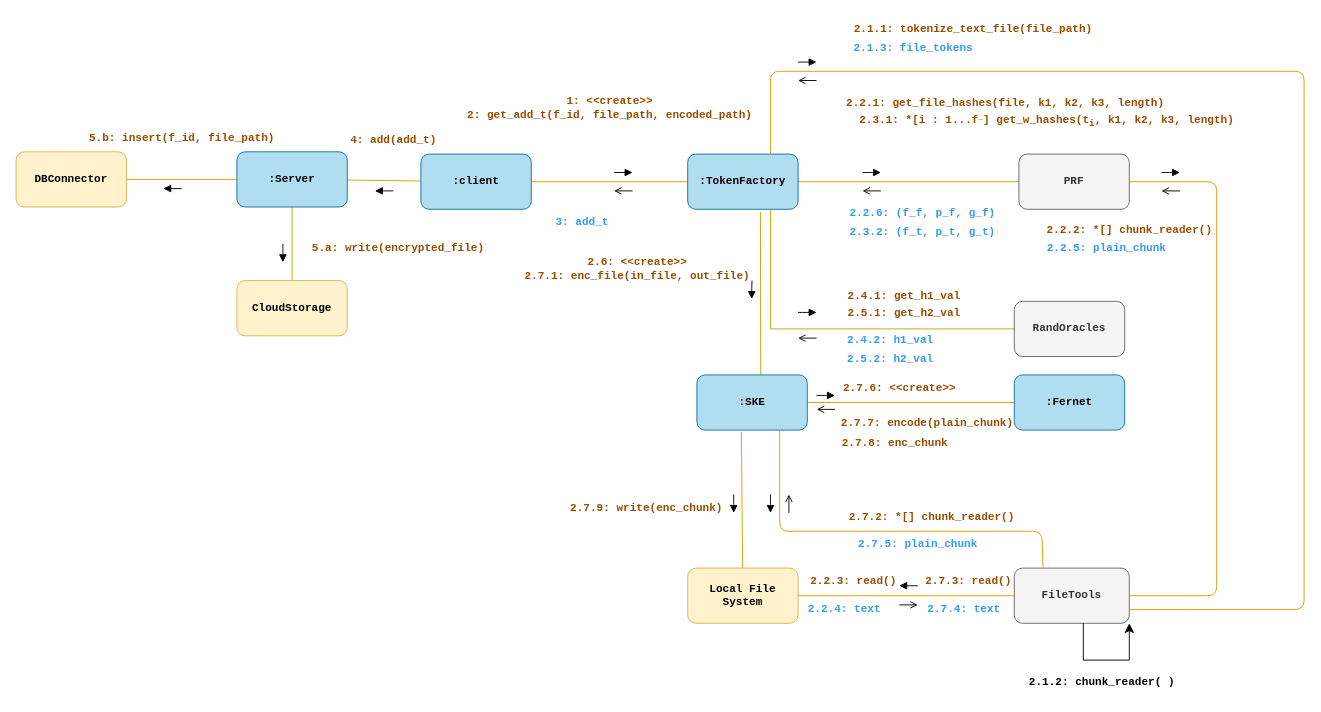
This is page "add-communication" (2 of 4) of diagrams/behavioral/serevr-core.drawio from thisisel/dynamic-sse, a draw.io file, before an edit. Source tidied: cells renumbered, new cells numbered last; positions are measured from the earlier drawing's top-left corner, leaving out a move shared by most shapes. Both pictures are drawn from the tidied source at 92%, with x=0, y=0 at pixel (16, 16).
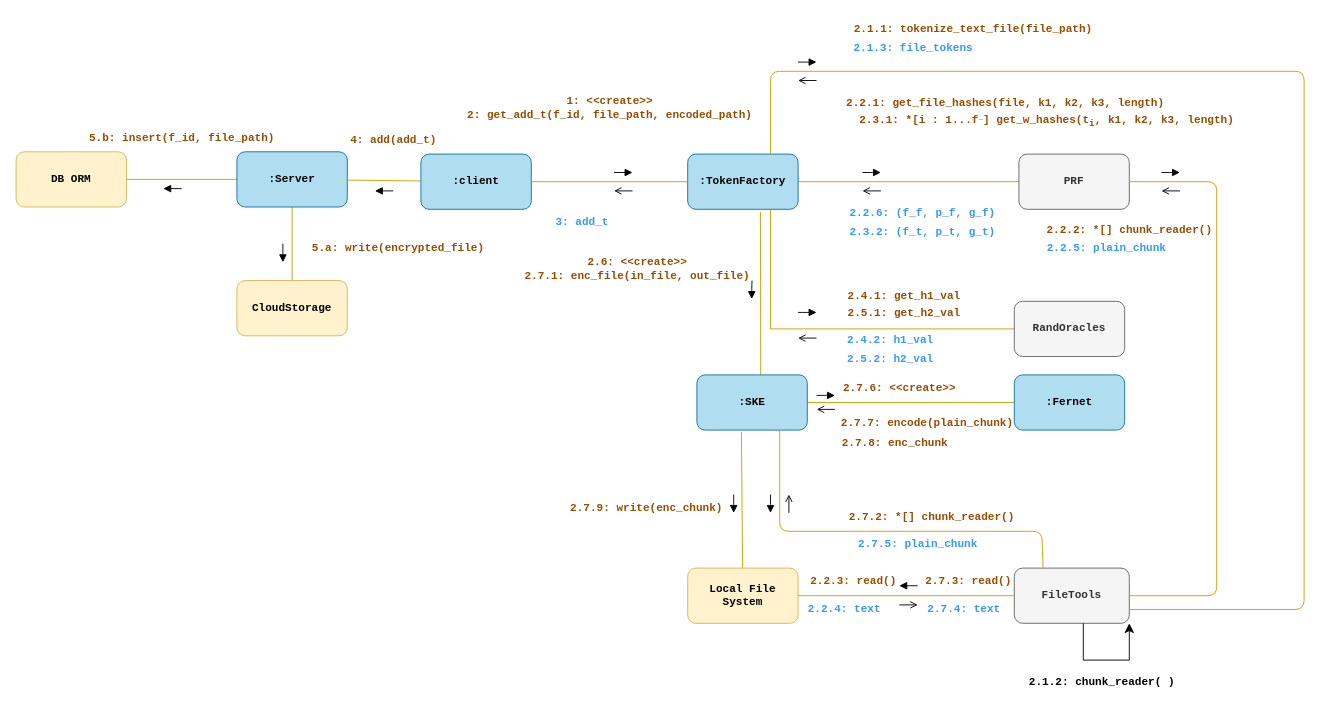
The same page after the edit.

What changed in the source:
```diff
@@
-    <mxCell id="72" value="DBConnector" style="whiteSpace=wrap;html=1;fontFamily=Courier New;fillColor=#fff2cc;strokeColor=#d6b656;rounded=1;fontStyle=1;" parent="1" vertex="1">
+    <mxCell id="72" value="DB ORM" style="whiteSpace=wrap;html=1;fontFamily=Courier New;fillColor=#fff2cc;strokeColor=#d6b656;rounded=1;fontStyle=1;" parent="1" vertex="1">
       <mxGeometry y="147.5" width="120" height="60" as="geometry" />
     </mxCell>
```
